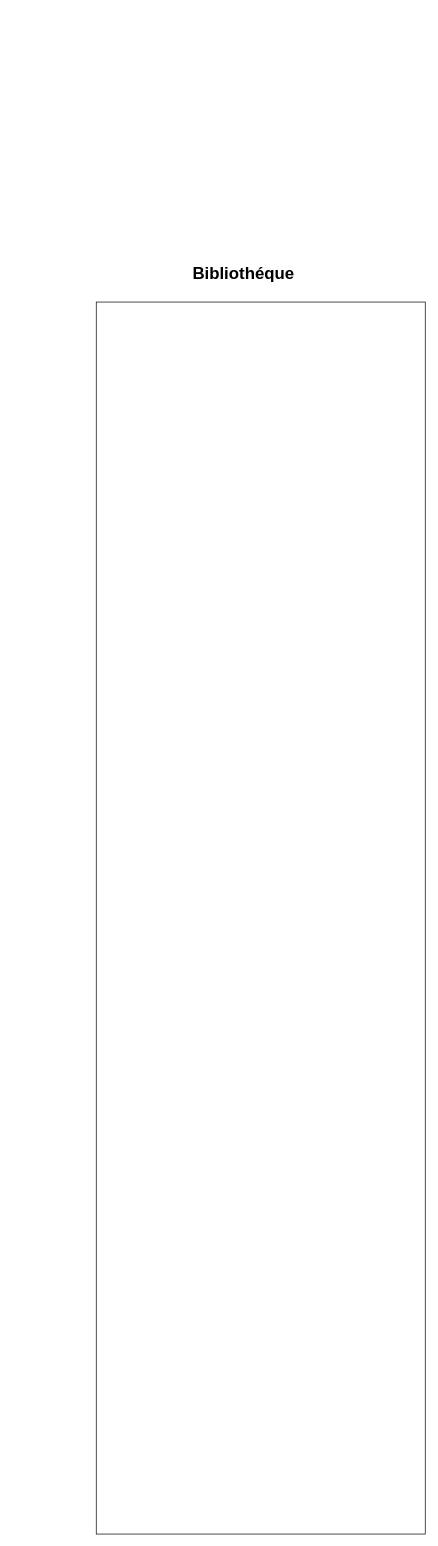
Earlier version of the draw.io diagram maquetter_une_application/UML_Partie_1/Untitled Diagram.drawio (Rustam0-0/cda). Source tidied: cells renumbered, new cells numbered last; positions are measured from the earlier drawing's top-left corner, leaving out a move shared by most shapes. Both pictures are drawn from the tidied source at 70%, with x=0, y=0 at pixel (96, 267).
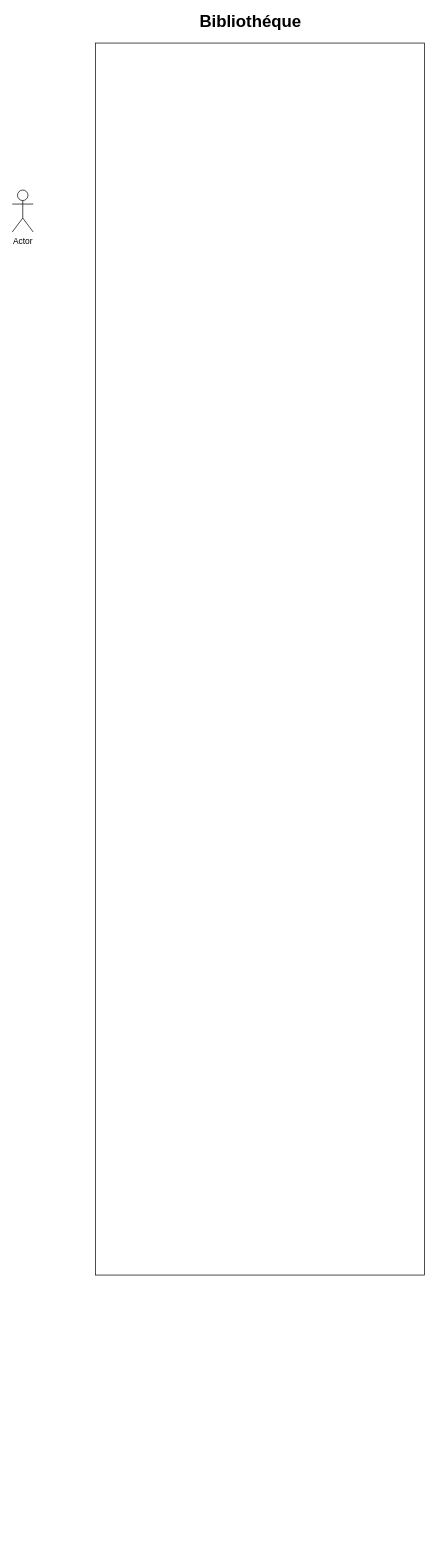
Above is the later version.

The edit, as a diff of the source:
```diff
@@
 <mxGraphModel>
   <root>
     <mxCell id="0" />
     <mxCell id="1" parent="0" />
     <mxCell id="2" style="rounded=0;whiteSpace=wrap;html=1;direction=south;" parent="1" vertex="1">
-      <mxGeometry y="50" width="470" height="1760" as="geometry" />
+      <mxGeometry x="-1" y="-320" width="470" height="1760" as="geometry" />
     </mxCell>
     <mxCell id="3" value="&lt;font style=&quot;font-size: 24px&quot;&gt;&lt;b&gt;Bibliothéque&lt;/b&gt;&lt;/font&gt;" style="text;html=1;align=center;verticalAlign=middle;strokeColor=none;fillColor=none;" parent="1" vertex="1">
-      <mxGeometry x="130" width="160" height="20" as="geometry" />
+      <mxGeometry x="140" y="-360" width="160" height="20" as="geometry" />
     </mxCell>
+    <mxCell id="4" value="Actor" style="shape=umlActor;verticalLabelPosition=bottom;verticalAlign=top;html=1;" parent="1" vertex="1">
+      <mxGeometry x="-120" y="-110" width="30" height="60" as="geometry" />
+    </mxCell>
   </root>
 </mxGraphModel>
```
